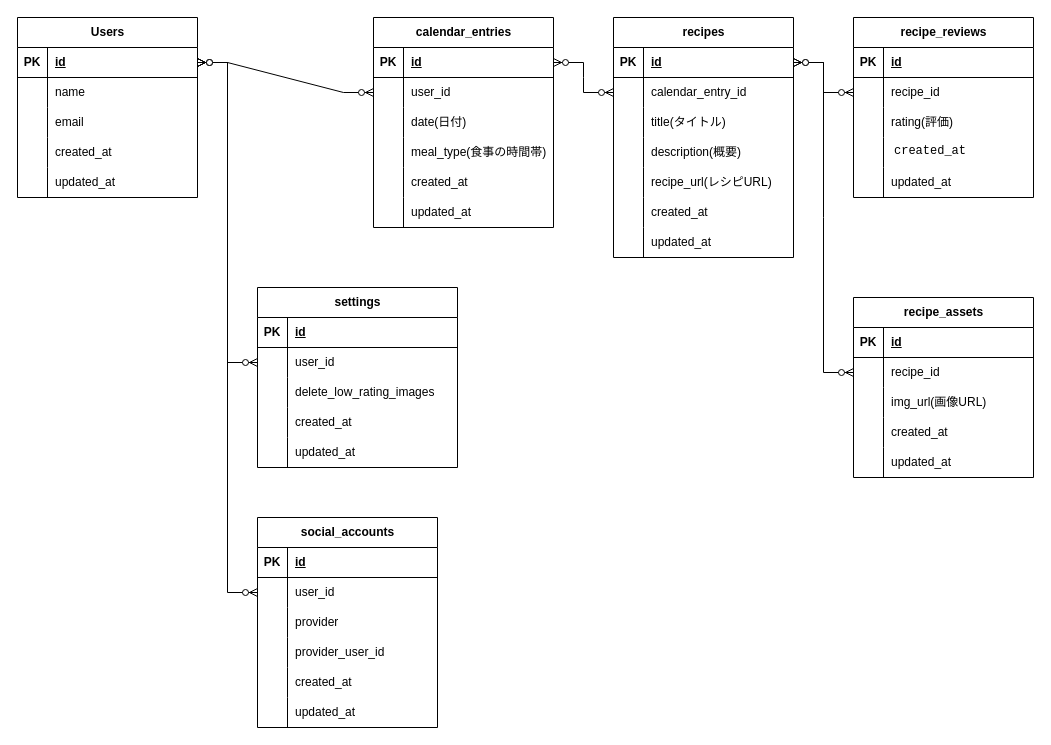
Above: docs/er-diagrams/レシピレビューアプリ_ER図.drawio in tomomaru034/recipe_review_app (draw.io), before the change. Source tidied: cells renumbered, new cells numbered last; positions are measured from the earlier drawing's top-left corner, leaving out a move shared by most shapes. Both pictures are drawn from the tidied source at 100%, with x=0, y=0 at pixel (17, 17).
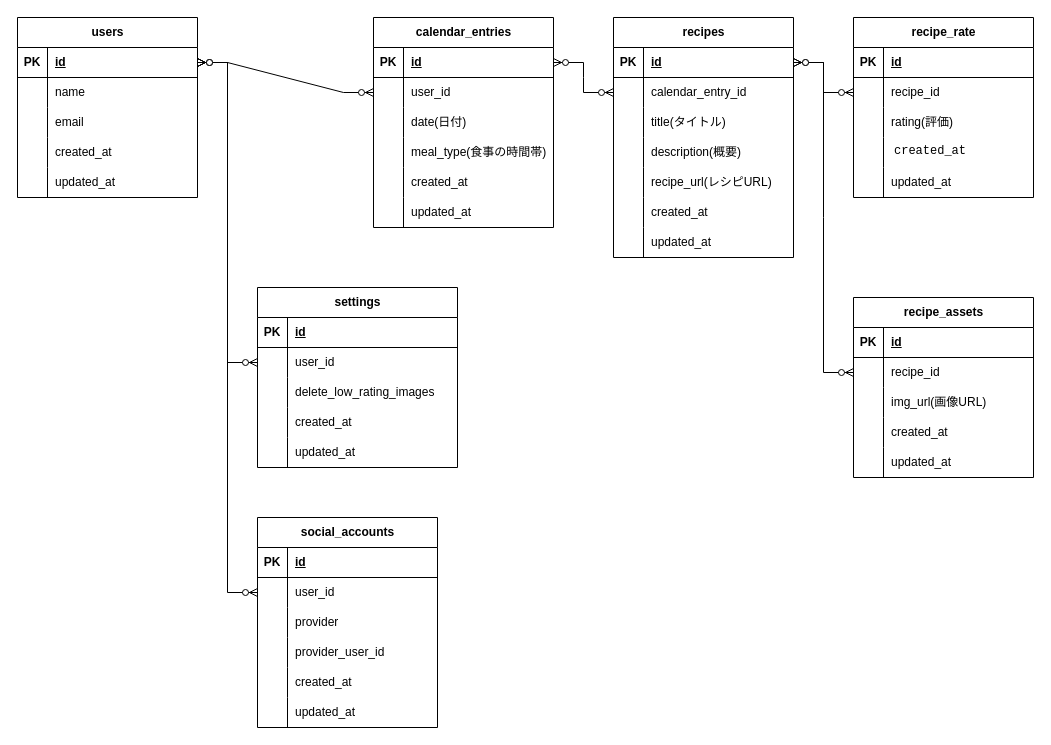
The same page after the edit.

Commit message:
レシピレビューアプリ_ER図.drawio を更新します

Change to the diagram source:
```diff
@@
-    <mxCell id="2" value="Users" style="shape=table;startSize=30;childLayout=tableLayout;rowLines=0;fontStyle=1;align=center;html=1;" parent="1" vertex="1">
+    <mxCell id="2" value="users" style="shape=table;startSize=30;childLayout=tableLayout;rowLines=0;fontStyle=1;align=center;html=1;" parent="1" vertex="1">
       <mxGeometry width="180" height="180" as="geometry" />
     </mxCell>
@@
-    <mxCell id="78" value="recipe_reviews" style="shape=table;startSize=30;childLayout=tableLayout;rowLines=0;fontStyle=1;align=center;html=1;" parent="1" vertex="1">
+    <mxCell id="78" value="recipe_rate" style="shape=table;startSize=30;childLayout=tableLayout;rowLines=0;fontStyle=1;align=center;html=1;" parent="1" vertex="1">
       <mxGeometry x="836" width="180" height="180" as="geometry" />
     </mxCell>
```
